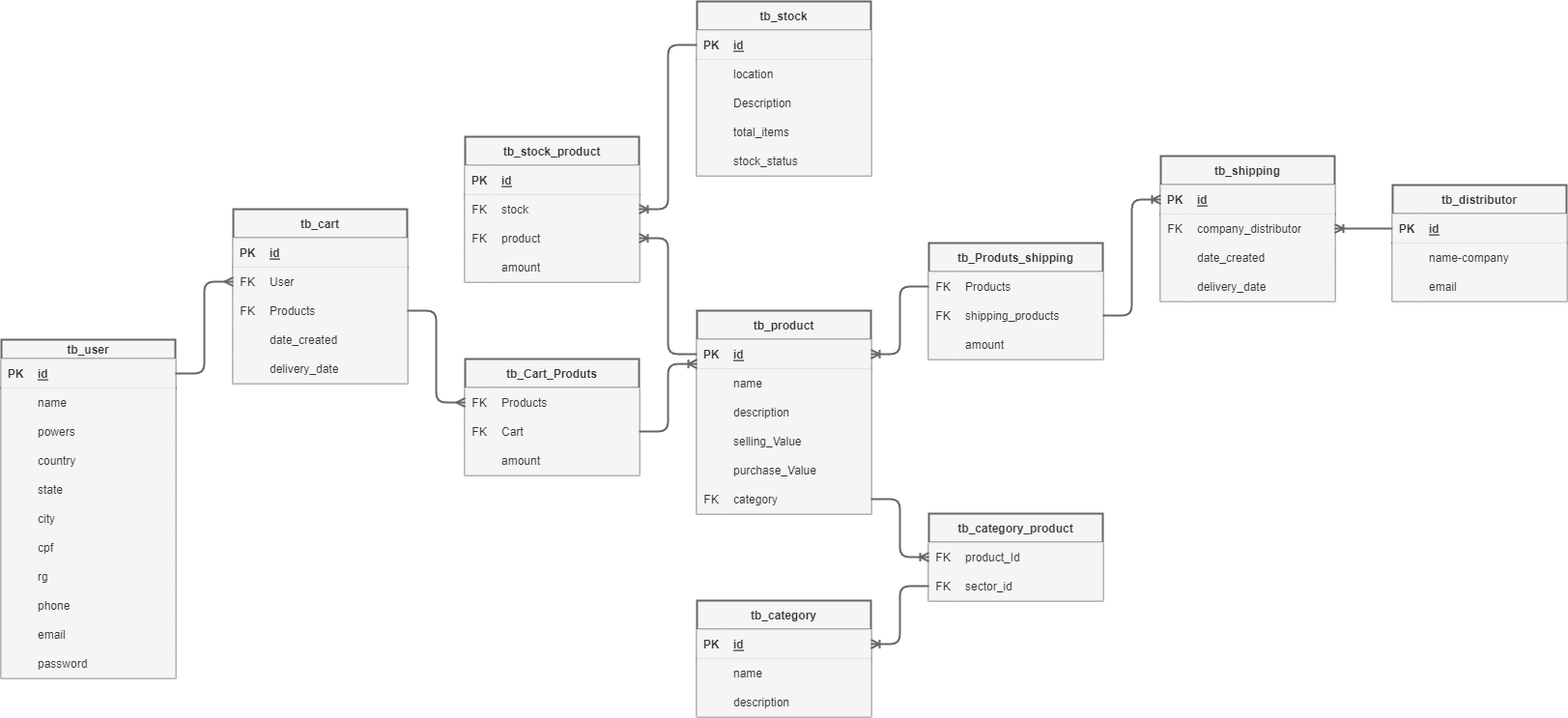
Above: doc/DiagramaBanco.png in ulisses953/GerenciadorEstoqueBackEnd (draw.io), before the change. Source tidied: cells renumbered, new cells last; positions are measured from the earlier drawing's top-left corner, leaving out a move shared by most shapes.
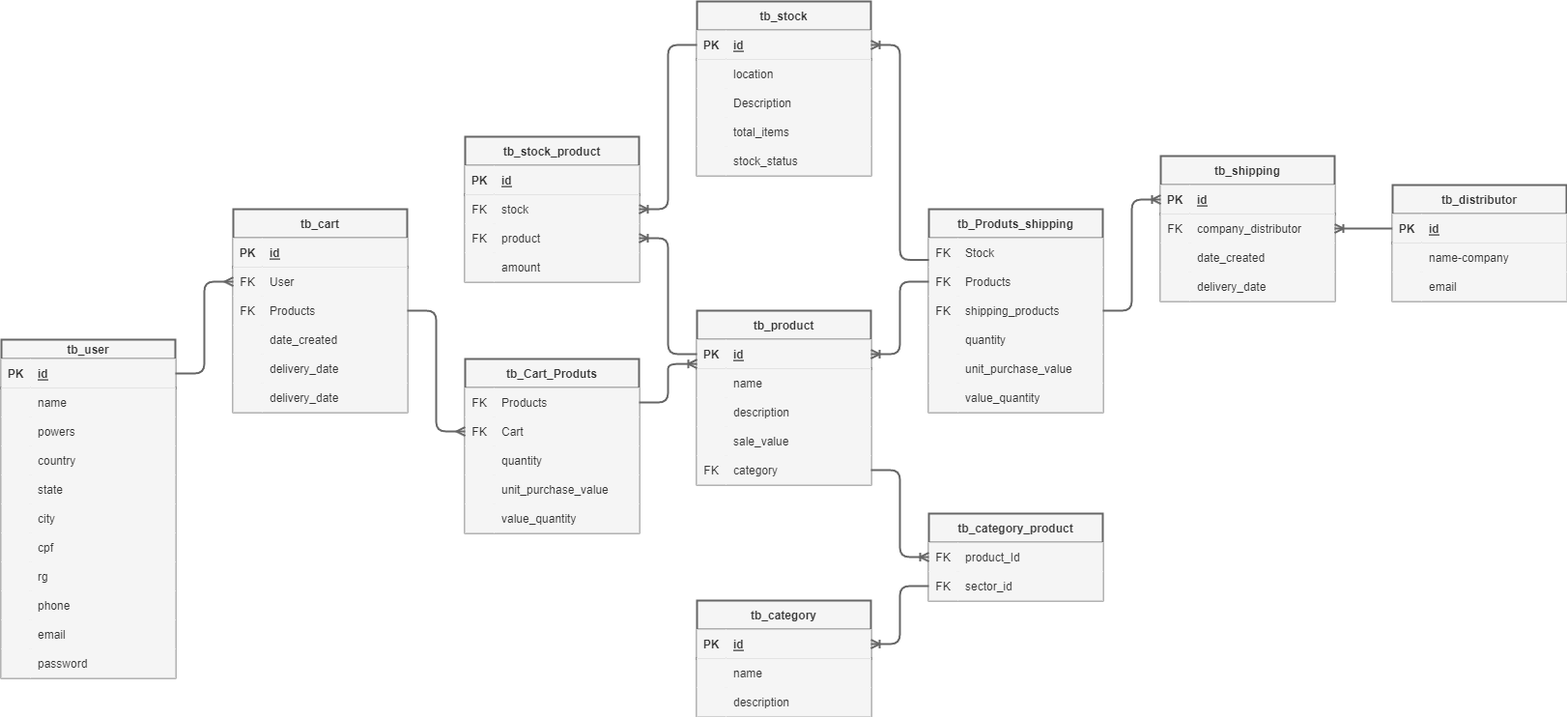
The same diagram one commit later.

What changed in the source:
```diff
@@ -5,3 +5,3 @@
     <mxCell id="2" value="tb_product" style="shape=table;startSize=30;rowLines=0;fontStyle=1;align=center;strokeWidth=2;labelBackgroundColor=none;fontSize=12;labelBorderColor=none;fillColor=#f5f5f5;fontColor=#333333;strokeColor=#666666;" parent="1" vertex="1">
-      <mxGeometry x="720" y="320" width="180" height="210" as="geometry" />
+      <mxGeometry x="720" y="320" width="180" height="180" as="geometry" />
     </mxCell>
@@ -34,22 +34,13 @@
     </mxCell>
-    <mxCell id="12" style="shape=tableRow;horizontal=0;startSize=0;swimlaneHead=0;swimlaneBody=0;fillColor=#f5f5f5;top=0;left=0;right=0;bottom=0;strokeWidth=2;labelBackgroundColor=none;fontSize=12;labelBorderColor=none;fontColor=#333333;strokeColor=#666666;" parent="2" vertex="1">
-      <mxGeometry y="120" width="180" height="30" as="geometry" />
-    </mxCell>
-    <mxCell id="13" style="shape=partialRectangle;fillColor=#f5f5f5;top=0;left=0;bottom=0;right=0;overflow=hidden;strokeWidth=2;labelBackgroundColor=none;fontSize=12;labelBorderColor=none;fontColor=#333333;strokeColor=#666666;" parent="12" vertex="1">
-      <mxGeometry width="30" height="30" as="geometry" />
-    </mxCell>
-    <mxCell id="14" value="selling_Value" style="shape=partialRectangle;fillColor=#f5f5f5;top=0;left=0;bottom=0;right=0;align=left;spacingLeft=6;overflow=hidden;strokeWidth=2;labelBackgroundColor=none;fontSize=12;labelBorderColor=none;fontColor=#333333;strokeColor=#666666;" parent="12" vertex="1">
-      <mxGeometry x="30" width="150" height="30" as="geometry" />
-    </mxCell>
-    <mxCell id="15" style="shape=tableRow;horizontal=0;startSize=0;swimlaneHead=0;swimlaneBody=0;fillColor=#f5f5f5;top=0;left=0;right=0;bottom=0;strokeWidth=2;labelBackgroundColor=none;fontSize=12;labelBorderColor=none;fontColor=#333333;strokeColor=#666666;" parent="2" vertex="1">
-      <mxGeometry y="150" width="180" height="30" as="geometry" />
-    </mxCell>
-    <mxCell id="16" style="shape=partialRectangle;fillColor=#f5f5f5;top=0;left=0;bottom=0;right=0;overflow=hidden;strokeWidth=2;labelBackgroundColor=none;fontSize=12;labelBorderColor=none;fontColor=#333333;strokeColor=#666666;" parent="15" vertex="1">
-      <mxGeometry width="30" height="30" as="geometry" />
-    </mxCell>
-    <mxCell id="17" value="purchase_Value" style="shape=partialRectangle;fillColor=#f5f5f5;top=0;left=0;bottom=0;right=0;align=left;spacingLeft=6;overflow=hidden;strokeWidth=2;labelBackgroundColor=none;fontSize=12;labelBorderColor=none;fontColor=#333333;strokeColor=#666666;" parent="15" vertex="1">
-      <mxGeometry x="30" width="150" height="30" as="geometry" />
-    </mxCell>
+    <mxCell id="170" style="shape=tableRow;horizontal=0;startSize=0;swimlaneHead=0;swimlaneBody=0;fillColor=#f5f5f5;top=0;left=0;right=0;bottom=0;strokeWidth=2;labelBackgroundColor=none;fontSize=12;labelBorderColor=none;fontColor=#333333;strokeColor=#666666;" parent="2" vertex="1">
+      <mxGeometry y="120" width="180" height="30" as="geometry" />
+    </mxCell>
+    <mxCell id="171" style="shape=partialRectangle;fillColor=#f5f5f5;top=0;left=0;bottom=0;right=0;overflow=hidden;strokeWidth=2;labelBackgroundColor=none;fontSize=12;labelBorderColor=none;fontColor=#333333;strokeColor=#666666;" parent="170" vertex="1">
+      <mxGeometry width="30" height="30" as="geometry" />
+    </mxCell>
+    <mxCell id="172" value="sale_value" style="shape=partialRectangle;fillColor=#f5f5f5;top=0;left=0;bottom=0;right=0;align=left;spacingLeft=6;overflow=hidden;strokeWidth=2;labelBackgroundColor=none;fontSize=12;labelBorderColor=none;fontColor=#333333;strokeColor=#666666;" parent="170" vertex="1">
+      <mxGeometry x="30" width="150" height="30" as="geometry" />
+    </mxCell>
     <mxCell id="18" style="shape=tableRow;horizontal=0;startSize=0;swimlaneHead=0;swimlaneBody=0;fillColor=#f5f5f5;points=[[0,0.5],[1,0.5]];portConstraint=eastwest;top=0;left=0;right=0;bottom=0;strokeWidth=2;labelBackgroundColor=none;fontSize=12;labelBorderColor=none;fontColor=#333333;strokeColor=#666666;" parent="2" vertex="1">
-      <mxGeometry y="180" width="180" height="30" as="geometry" />
+      <mxGeometry y="150" width="180" height="30" as="geometry" />
     </mxCell>
@@ -314,3 +305,3 @@
     <mxCell id="105" value="tb_cart" style="shape=table;startSize=30;rowLines=0;fontStyle=1;align=center;strokeWidth=2;labelBackgroundColor=none;fontSize=12;labelBorderColor=none;fillColor=#f5f5f5;fontColor=#333333;strokeColor=#666666;" parent="1" vertex="1">
-      <mxGeometry x="240" y="215" width="180" height="180" as="geometry" />
+      <mxGeometry x="240" y="215" width="180" height="210" as="geometry" />
     </mxCell>
@@ -361,4 +352,13 @@
     </mxCell>
+    <mxCell id="173" style="shape=tableRow;horizontal=0;startSize=0;swimlaneHead=0;swimlaneBody=0;fillColor=#f5f5f5;top=0;left=0;right=0;bottom=0;strokeWidth=2;labelBackgroundColor=none;fontSize=12;labelBorderColor=none;fontColor=#333333;strokeColor=#666666;" parent="105" vertex="1">
+      <mxGeometry y="180" width="180" height="30" as="geometry" />
+    </mxCell>
+    <mxCell id="174" style="shape=partialRectangle;fillColor=#f5f5f5;top=0;left=0;bottom=0;right=0;overflow=hidden;strokeWidth=2;labelBackgroundColor=none;fontSize=12;labelBorderColor=none;fontColor=#333333;strokeColor=#666666;" parent="173" vertex="1">
+      <mxGeometry width="30" height="30" as="geometry" />
+    </mxCell>
+    <mxCell id="175" value="delivery_date" style="shape=partialRectangle;fillColor=#f5f5f5;top=0;left=0;bottom=0;right=0;align=left;spacingLeft=6;overflow=hidden;strokeWidth=2;labelBackgroundColor=none;fontSize=12;labelBorderColor=none;fontColor=#333333;strokeColor=#666666;" parent="173" vertex="1">
+      <mxGeometry x="30" width="150" height="30" as="geometry" />
+    </mxCell>
     <mxCell id="121" value="tb_Cart_Produts" style="shape=table;startSize=30;rowLines=0;fontStyle=1;align=center;strokeWidth=2;labelBackgroundColor=none;fontSize=12;labelBorderColor=none;fillColor=#f5f5f5;fontColor=#333333;strokeColor=#666666;" parent="1" vertex="1">
-      <mxGeometry x="480" y="370" width="180" height="120" as="geometry" />
+      <mxGeometry x="480" y="370" width="180" height="180" as="geometry" />
     </mxCell>
@@ -388,6 +388,24 @@
     </mxCell>
-    <mxCell id="130" value="amount" style="shape=partialRectangle;fillColor=#f5f5f5;top=0;left=0;bottom=0;right=0;align=left;spacingLeft=6;overflow=hidden;strokeWidth=2;labelBackgroundColor=none;fontSize=12;labelBorderColor=none;fontColor=#333333;strokeColor=#666666;" parent="128" vertex="1">
+    <mxCell id="130" value="quantity" style="shape=partialRectangle;fillColor=#f5f5f5;top=0;left=0;bottom=0;right=0;align=left;spacingLeft=6;overflow=hidden;strokeWidth=2;labelBackgroundColor=none;fontSize=12;labelBorderColor=none;fontColor=#333333;strokeColor=#666666;" parent="128" vertex="1">
       <mxGeometry x="30" width="150" height="30" as="geometry" />
     </mxCell>
+    <mxCell id="176" style="shape=tableRow;horizontal=0;startSize=0;swimlaneHead=0;swimlaneBody=0;fillColor=#f5f5f5;top=0;left=0;right=0;bottom=0;strokeWidth=2;labelBackgroundColor=none;fontSize=12;labelBorderColor=none;fontColor=#333333;strokeColor=#666666;" parent="121" vertex="1">
+      <mxGeometry y="120" width="180" height="30" as="geometry" />
+    </mxCell>
+    <mxCell id="177" style="shape=partialRectangle;fillColor=#f5f5f5;top=0;left=0;bottom=0;right=0;overflow=hidden;strokeWidth=2;labelBackgroundColor=none;fontSize=12;labelBorderColor=none;fontColor=#333333;strokeColor=#666666;" parent="176" vertex="1">
+      <mxGeometry width="30" height="30" as="geometry" />
+    </mxCell>
+    <mxCell id="178" value="unit_purchase_value" style="shape=partialRectangle;fillColor=#f5f5f5;top=0;left=0;bottom=0;right=0;align=left;spacingLeft=6;overflow=hidden;strokeWidth=2;labelBackgroundColor=none;fontSize=12;labelBorderColor=none;fontColor=#333333;strokeColor=#666666;" parent="176" vertex="1">
+      <mxGeometry x="30" width="150" height="30" as="geometry" />
+    </mxCell>
+    <mxCell id="179" style="shape=tableRow;horizontal=0;startSize=0;swimlaneHead=0;swimlaneBody=0;fillColor=#f5f5f5;top=0;left=0;right=0;bottom=0;strokeWidth=2;labelBackgroundColor=none;fontSize=12;labelBorderColor=none;fontColor=#333333;strokeColor=#666666;" parent="121" vertex="1">
+      <mxGeometry y="150" width="180" height="30" as="geometry" />
+    </mxCell>
+    <mxCell id="180" style="shape=partialRectangle;fillColor=#f5f5f5;top=0;left=0;bottom=0;right=0;overflow=hidden;strokeWidth=2;labelBackgroundColor=none;fontSize=12;labelBorderColor=none;fontColor=#333333;strokeColor=#666666;" parent="179" vertex="1">
+      <mxGeometry width="30" height="30" as="geometry" />
+    </mxCell>
+    <mxCell id="181" value="value_quantity" style="shape=partialRectangle;fillColor=#f5f5f5;top=0;left=0;bottom=0;right=0;align=left;spacingLeft=6;overflow=hidden;strokeWidth=2;labelBackgroundColor=none;fontSize=12;labelBorderColor=none;fontColor=#333333;strokeColor=#666666;" parent="179" vertex="1">
+      <mxGeometry x="30" width="150" height="30" as="geometry" />
+    </mxCell>
-    <mxCell id="131" style="edgeStyle=entityRelationEdgeStyle;fontSize=12;html=1;endArrow=ERmany;exitX=1;exitY=0.5;exitDx=0;exitDy=0;entryX=0;entryY=0.5;entryDx=0;entryDy=0;strokeWidth=2;labelBackgroundColor=none;labelBorderColor=none;fillColor=#f5f5f5;strokeColor=#666666;" parent="1" edge="1" source="112" target="122">
+    <mxCell id="131" style="edgeStyle=entityRelationEdgeStyle;fontSize=12;html=1;endArrow=ERmany;exitX=1;exitY=0.5;exitDx=0;exitDy=0;entryX=0;entryY=0.5;entryDx=0;entryDy=0;strokeWidth=2;labelBackgroundColor=none;labelBorderColor=none;fillColor=#f5f5f5;strokeColor=#666666;" parent="1" edge="1" source="112" target="125">
       <mxGeometry relative="1" as="geometry" />
@@ -398,6 +416,15 @@
     <mxCell id="133" value="tb_Produts_shipping" style="shape=table;startSize=30;rowLines=0;fontStyle=1;align=center;strokeWidth=2;labelBackgroundColor=none;fontSize=12;labelBorderColor=none;fillColor=#f5f5f5;fontColor=#333333;strokeColor=#666666;" parent="1" vertex="1">
-      <mxGeometry x="960" y="250" width="180" height="120" as="geometry" />
+      <mxGeometry x="960" y="215" width="180" height="210" as="geometry" />
     </mxCell>
+    <mxCell id="182" style="shape=tableRow;horizontal=0;startSize=0;swimlaneHead=0;swimlaneBody=0;fillColor=#f5f5f5;top=0;left=0;right=0;bottom=0;strokeWidth=2;labelBackgroundColor=none;fontSize=12;labelBorderColor=none;fontColor=#333333;strokeColor=#666666;" parent="133" vertex="1">
+      <mxGeometry y="30" width="180" height="30" as="geometry" />
+    </mxCell>
+    <mxCell id="183" value="FK" style="shape=partialRectangle;fillColor=#f5f5f5;top=0;left=0;bottom=0;right=0;overflow=hidden;strokeWidth=2;labelBackgroundColor=none;fontSize=12;labelBorderColor=none;fontColor=#333333;strokeColor=#666666;" parent="182" vertex="1">
+      <mxGeometry width="30" height="30" as="geometry" />
+    </mxCell>
+    <mxCell id="184" value="Stock" style="shape=partialRectangle;fillColor=#f5f5f5;top=0;left=0;bottom=0;right=0;align=left;spacingLeft=6;overflow=hidden;strokeWidth=2;labelBackgroundColor=none;fontSize=12;labelBorderColor=none;fontColor=#333333;strokeColor=#666666;" parent="182" vertex="1">
+      <mxGeometry x="30" width="150" height="30" as="geometry" />
+    </mxCell>
     <mxCell id="134" style="shape=tableRow;horizontal=0;startSize=0;swimlaneHead=0;swimlaneBody=0;fillColor=#f5f5f5;points=[[0,0.5],[1,0.5]];portConstraint=eastwest;top=0;left=0;right=0;bottom=0;strokeWidth=2;labelBackgroundColor=none;fontSize=12;labelBorderColor=none;fontColor=#333333;strokeColor=#666666;" parent="133" vertex="1">
-      <mxGeometry y="30" width="180" height="30" as="geometry" />
+      <mxGeometry y="60" width="180" height="30" as="geometry" />
     </mxCell>
@@ -410,3 +437,3 @@
     <mxCell id="137" style="shape=tableRow;horizontal=0;startSize=0;swimlaneHead=0;swimlaneBody=0;fillColor=#f5f5f5;points=[[0,0.5],[1,0.5]];portConstraint=eastwest;top=0;left=0;right=0;bottom=0;strokeWidth=2;labelBackgroundColor=none;fontSize=12;labelBorderColor=none;fontColor=#333333;strokeColor=#666666;" parent="133" vertex="1">
-      <mxGeometry y="60" width="180" height="30" as="geometry" />
+      <mxGeometry y="90" width="180" height="30" as="geometry" />
     </mxCell>
@@ -419,3 +446,3 @@
     <mxCell id="140" style="shape=tableRow;horizontal=0;startSize=0;swimlaneHead=0;swimlaneBody=0;fillColor=#f5f5f5;top=0;left=0;right=0;bottom=0;strokeWidth=2;labelBackgroundColor=none;fontSize=12;labelBorderColor=none;fontColor=#333333;strokeColor=#666666;" parent="133" vertex="1">
-      <mxGeometry y="90" width="180" height="30" as="geometry" />
+      <mxGeometry y="120" width="180" height="30" as="geometry" />
     </mxCell>
@@ -424,5 +451,23 @@
     </mxCell>
-    <mxCell id="142" value="amount" style="shape=partialRectangle;fillColor=#f5f5f5;top=0;left=0;bottom=0;right=0;align=left;spacingLeft=6;overflow=hidden;strokeWidth=2;labelBackgroundColor=none;fontSize=12;labelBorderColor=none;fontColor=#333333;strokeColor=#666666;" parent="140" vertex="1">
+    <mxCell id="142" value="quantity" style="shape=partialRectangle;fillColor=#f5f5f5;top=0;left=0;bottom=0;right=0;align=left;spacingLeft=6;overflow=hidden;strokeWidth=2;labelBackgroundColor=none;fontSize=12;labelBorderColor=none;fontColor=#333333;strokeColor=#666666;" parent="140" vertex="1">
       <mxGeometry x="30" width="150" height="30" as="geometry" />
     </mxCell>
+    <mxCell id="185" style="shape=tableRow;horizontal=0;startSize=0;swimlaneHead=0;swimlaneBody=0;fillColor=#f5f5f5;top=0;left=0;right=0;bottom=0;strokeWidth=2;labelBackgroundColor=none;fontSize=12;labelBorderColor=none;fontColor=#333333;strokeColor=#666666;" parent="133" vertex="1">
+      <mxGeometry y="150" width="180" height="30" as="geometry" />
+    </mxCell>
+    <mxCell id="186" style="shape=partialRectangle;fillColor=#f5f5f5;top=0;left=0;bottom=0;right=0;overflow=hidden;strokeWidth=2;labelBackgroundColor=none;fontSize=12;labelBorderColor=none;fontColor=#333333;strokeColor=#666666;" parent="185" vertex="1">
+      <mxGeometry width="30" height="30" as="geometry" />
+    </mxCell>
+    <mxCell id="187" value="unit_purchase_value" style="shape=partialRectangle;fillColor=#f5f5f5;top=0;left=0;bottom=0;right=0;align=left;spacingLeft=6;overflow=hidden;strokeWidth=2;labelBackgroundColor=none;fontSize=12;labelBorderColor=none;fontColor=#333333;strokeColor=#666666;" parent="185" vertex="1">
+      <mxGeometry x="30" width="150" height="30" as="geometry" />
+    </mxCell>
+    <mxCell id="188" style="shape=tableRow;horizontal=0;startSize=0;swimlaneHead=0;swimlaneBody=0;fillColor=#f5f5f5;top=0;left=0;right=0;bottom=0;strokeWidth=2;labelBackgroundColor=none;fontSize=12;labelBorderColor=none;fontColor=#333333;strokeColor=#666666;" parent="133" vertex="1">
+      <mxGeometry y="180" width="180" height="30" as="geometry" />
+    </mxCell>
+    <mxCell id="189" style="shape=partialRectangle;fillColor=#f5f5f5;top=0;left=0;bottom=0;right=0;overflow=hidden;strokeWidth=2;labelBackgroundColor=none;fontSize=12;labelBorderColor=none;fontColor=#333333;strokeColor=#666666;" parent="188" vertex="1">
+      <mxGeometry width="30" height="30" as="geometry" />
+    </mxCell>
+    <mxCell id="190" value="value_quantity" style="shape=partialRectangle;fillColor=#f5f5f5;top=0;left=0;bottom=0;right=0;align=left;spacingLeft=6;overflow=hidden;strokeWidth=2;labelBackgroundColor=none;fontSize=12;labelBorderColor=none;fontColor=#333333;strokeColor=#666666;" parent="188" vertex="1">
+      <mxGeometry x="30" width="150" height="30" as="geometry" />
+    </mxCell>
     <mxCell id="143" value="tb_shipping" style="shape=table;startSize=30;rowLines=0;fontStyle=1;align=center;strokeWidth=2;labelBackgroundColor=none;fontSize=12;labelBorderColor=none;fillColor=#f5f5f5;fontColor=#333333;strokeColor=#666666;" parent="1" vertex="1">
@@ -505,5 +550,8 @@
     </mxCell>
-    <mxCell id="169" style="edgeStyle=entityRelationEdgeStyle;fontSize=12;html=1;endArrow=ERoneToMany;entryX=0;entryY=0.838;entryDx=0;entryDy=0;strokeWidth=2;labelBackgroundColor=none;labelBorderColor=none;fillColor=#f5f5f5;strokeColor=#666666;entryPerimeter=0;" parent="1" edge="1" source="125" target="3">
+    <mxCell id="169" style="edgeStyle=entityRelationEdgeStyle;fontSize=12;html=1;endArrow=ERoneToMany;entryX=0;entryY=0.838;entryDx=0;entryDy=0;strokeWidth=2;labelBackgroundColor=none;labelBorderColor=none;fillColor=#f5f5f5;strokeColor=#666666;entryPerimeter=0;" parent="1" edge="1" source="122" target="3">
       <mxGeometry relative="1" as="geometry" />
     </mxCell>
+    <mxCell id="191" style="edgeStyle=entityRelationEdgeStyle;fontSize=12;html=1;endArrow=ERoneToMany;strokeWidth=2;labelBackgroundColor=none;labelBorderColor=none;fillColor=#f5f5f5;strokeColor=#666666;exitX=0;exitY=0.25;exitDx=0;exitDy=0;entryX=1;entryY=0.5;entryDx=0;entryDy=0;" parent="1" edge="1" source="133" target="41">
+      <mxGeometry relative="1" as="geometry" />
+    </mxCell>
   </root>
```
